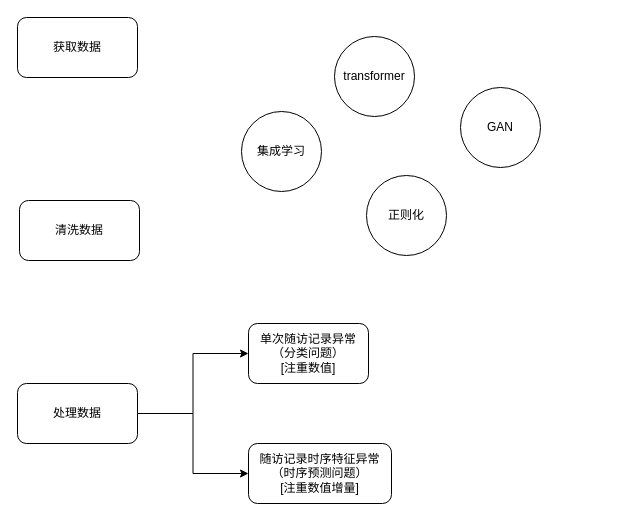
Above: Diagram1.drawio in maebymaeby/draw.io (draw.io), before the change. Source tidied: cells renumbered, new cells numbered last; positions are measured from the earlier drawing's top-left corner, leaving out a move shared by most shapes. Both pictures are drawn from the tidied source at 100%, with x=0, y=0 at pixel (17, 17).
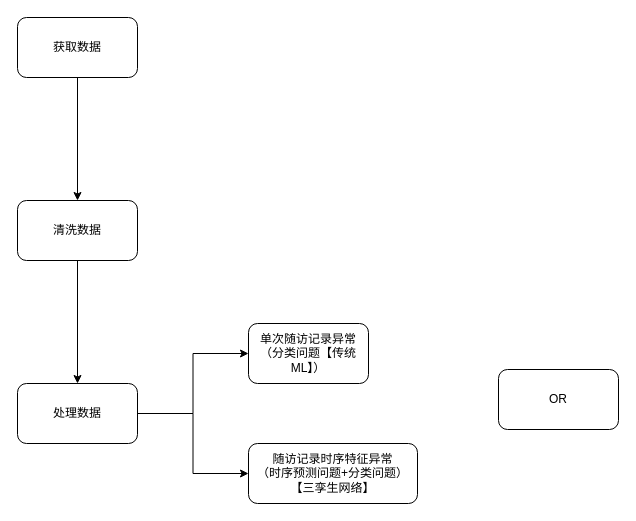
Above is the later version.

What changed in the source:
```diff
@@
 <mxGraphModel>
   <root>
     <mxCell id="0" />
     <mxCell id="1" parent="0" />
+    <mxCell id="13" style="edgeStyle=orthogonalEdgeStyle;rounded=0;jettySize=auto;html=1;entryX=0.5;entryY=0;entryDx=0;entryDy=0;" parent="1" edge="1" source="2" target="3">
+      <mxGeometry relative="1" as="geometry" />
+    </mxCell>
     <mxCell id="2" value="获取数据" style="rounded=1;whiteSpace=wrap;html=1;" parent="1" vertex="1">
       <mxGeometry width="120" height="60" as="geometry" />
     </mxCell>
+    <mxCell id="14" style="edgeStyle=orthogonalEdgeStyle;rounded=0;jettySize=auto;html=1;entryX=0.5;entryY=0;entryDx=0;entryDy=0;" parent="1" edge="1" source="3" target="6">
+      <mxGeometry relative="1" as="geometry" />
+    </mxCell>
     <mxCell id="3" value="清洗数据" style="rounded=1;whiteSpace=wrap;html=1;" parent="1" vertex="1">
-      <mxGeometry x="2" y="183" width="120" height="60" as="geometry" />
+      <mxGeometry y="183" width="120" height="60" as="geometry" />
     </mxCell>
     <mxCell id="4" style="edgeStyle=orthogonalEdgeStyle;rounded=0;jettySize=auto;html=1;entryX=0;entryY=0.5;entryDx=0;entryDy=0;" parent="1" edge="1" source="6" target="7">
       <mxGeometry relative="1" as="geometry" />
     </mxCell>
     <mxCell id="5" style="edgeStyle=orthogonalEdgeStyle;rounded=0;jettySize=auto;html=1;entryX=0;entryY=0.5;entryDx=0;entryDy=0;" parent="1" edge="1" source="6" target="8">
       <mxGeometry relative="1" as="geometry" />
     </mxCell>
     <mxCell id="6" value="处理数据" style="rounded=1;whiteSpace=wrap;html=1;" parent="1" vertex="1">
       <mxGeometry y="366" width="120" height="60" as="geometry" />
     </mxCell>
-    <mxCell id="7" value="单次随访记录异常&lt;br&gt;（分类问题）&lt;br&gt;[注重数值]" style="rounded=1;whiteSpace=wrap;html=1;" parent="1" vertex="1">
+    <mxCell id="7" value="单次随访记录异常&lt;br&gt;（分类问题【传统ML】）" style="rounded=1;whiteSpace=wrap;html=1;" parent="1" vertex="1">
       <mxGeometry x="231" y="306" width="120" height="60" as="geometry" />
     </mxCell>
-    <mxCell id="8" value="随访记录时序特征异常&lt;br&gt;（时序预测问题）&lt;br&gt;[注重数值增量]" style="rounded=1;whiteSpace=wrap;html=1;" parent="1" vertex="1">
-      <mxGeometry x="231" y="426" width="143" height="60" as="geometry" />
+    <mxCell id="8" value="随访记录时序特征异常&lt;br&gt;（时序预测问题+分类问题）&lt;br&gt;【三孪生网络】" style="rounded=1;whiteSpace=wrap;html=1;" parent="1" vertex="1">
+      <mxGeometry x="231" y="426" width="169" height="60" as="geometry" />
     </mxCell>
-    <mxCell id="9" value="transformer" style="ellipse;whiteSpace=wrap;html=1;" parent="1" vertex="1">
-      <mxGeometry x="317" y="19" width="80" height="80" as="geometry" />
-    </mxCell>
-    <mxCell id="10" value="GAN" style="ellipse;whiteSpace=wrap;html=1;" parent="1" vertex="1">
-      <mxGeometry x="443" y="70" width="80" height="80" as="geometry" />
-    </mxCell>
-    <mxCell id="11" value="集成学习" style="ellipse;whiteSpace=wrap;html=1;" parent="1" vertex="1">
-      <mxGeometry x="224" y="94" width="80" height="80" as="geometry" />
-    </mxCell>
-    <mxCell id="12" value="正则化" style="ellipse;whiteSpace=wrap;html=1;" parent="1" vertex="1">
-      <mxGeometry x="349" y="158" width="80" height="80" as="geometry" />
-    </mxCell>
+    <mxCell id="15" value="OR" style="rounded=1;whiteSpace=wrap;html=1;" parent="1" vertex="1">
+      <mxGeometry x="481" y="352" width="120" height="60" as="geometry" />
+    </mxCell>
   </root>
 </mxGraphModel>
```
